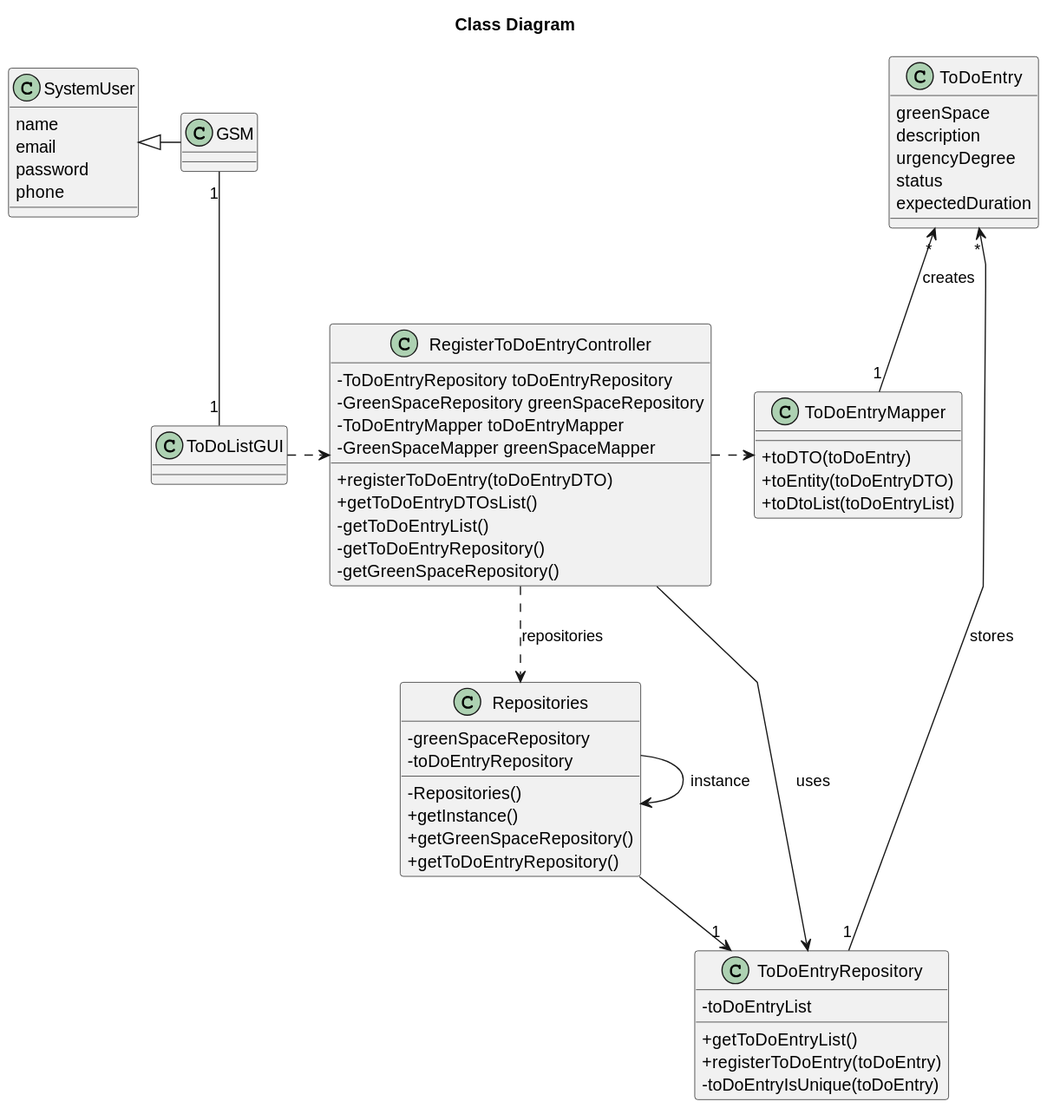
This is docs/sprintC/us021/03.design/svg/us021-class-diagram.svg from Departamento-de-Engenharia-Informatica/lei-24-s2-1do-g164, a PlantUML export, as it was before one commit.
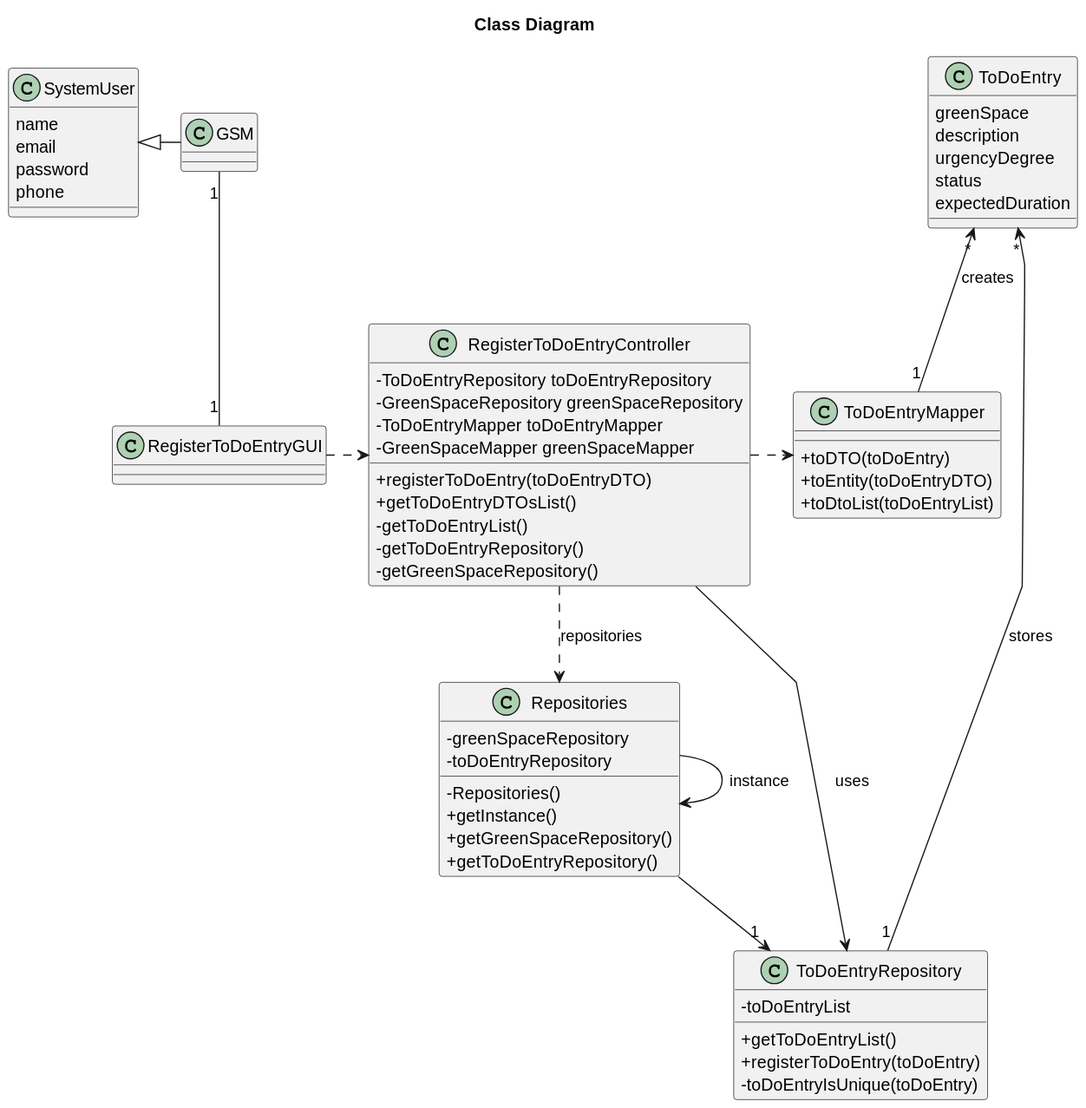
Later version of the same file.

What changed in the source:
```diff
@@ -62,11 +62,11 @@
 
 }
 
-class ToDoListGUI {
+class RegisterToDoEntryGUI {
 
 }
 
-ToDoListGUI .> RegisterToDoEntryController
+RegisterToDoEntryGUI .> RegisterToDoEntryController
 RegisterToDoEntryController ..> Repositories : repositories
 Repositories --> "1" ToDoEntryRepository
 Repositories -> Repositories : instance
@@ -75,7 +75,7 @@
 
 SystemUser <|- GSM
 
-GSM "1" -- "1" ToDoListGUI
+GSM "1" -- "1" RegisterToDoEntryGUI
 ToDoEntry "*" <-- "1" ToDoEntryRepository : stores
 ToDoEntry "*" <-- "1" ToDoEntryMapper : creates
 @enduml
```
